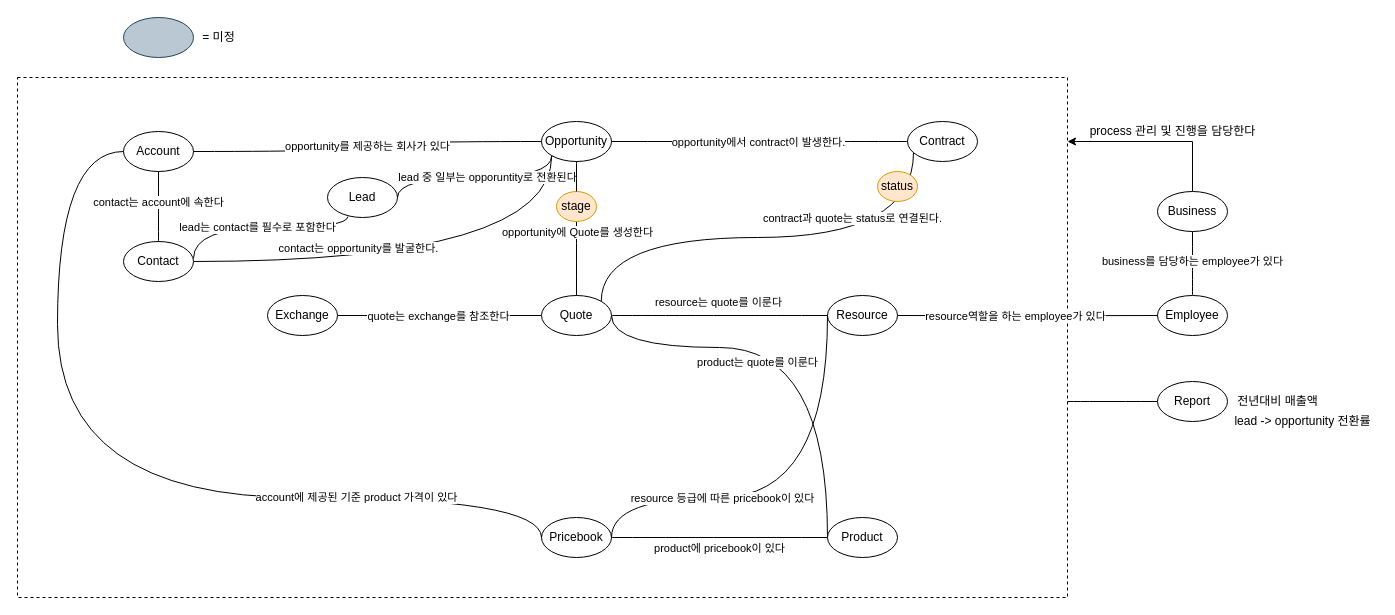
Above: page "Copy of 개념설계_수정" (3 of 4) of newyork프로젝트_개념설계.drawio in cknet-saleforce/newyork (draw.io), before the change. Source tidied: cells renumbered, new cells numbered last; positions are measured from the earlier drawing's top-left corner, leaving out a move shared by most shapes. Both pictures are drawn from the tidied source at 100%, with x=0, y=0 at pixel (17, 17).
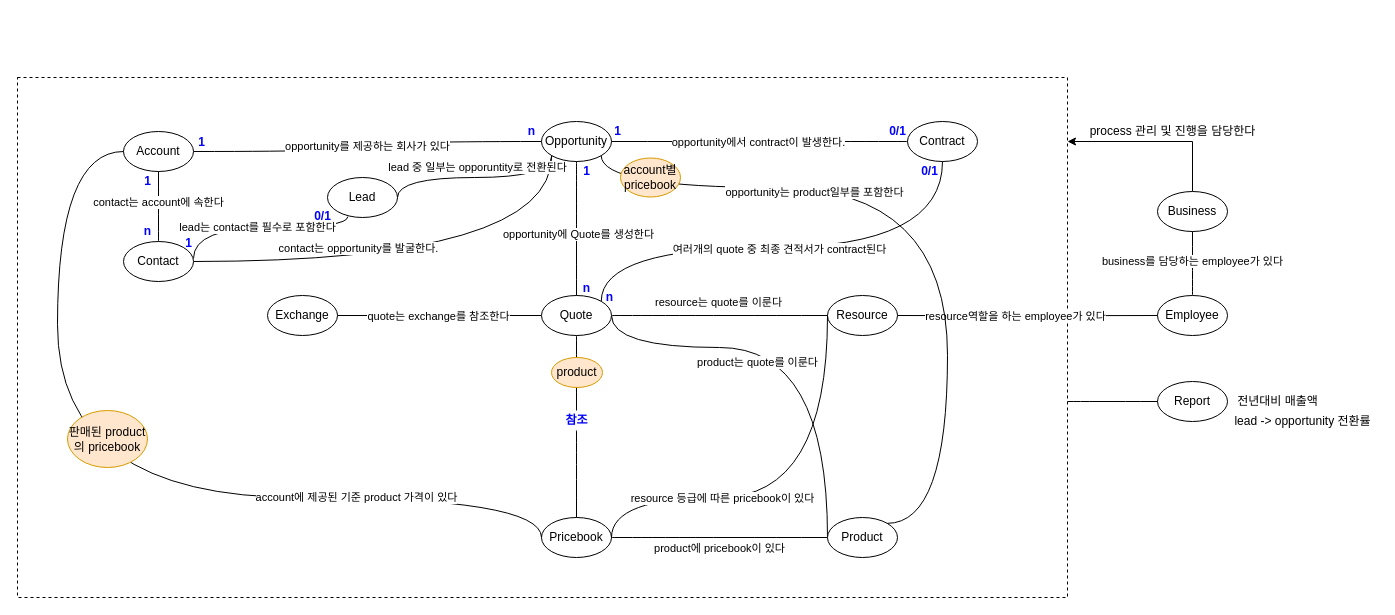
The same page after the edit.

Commit message:
Update newyork프로젝트_개념설계.drawio

Unchanged cells that the change refers to:
```xml
<mxCell id="5" value="Opportunity" style="ellipse;whiteSpace=wrap;html=1;" parent="1" vertex="1">
  <mxGeometry x="524" y="104" width="70" height="40" as="geometry" />
</mxCell>
<mxCell id="6" value="Contract" style="ellipse;whiteSpace=wrap;html=1;" parent="1" vertex="1">
  <mxGeometry x="890" y="104" width="70" height="40" as="geometry" />
</mxCell>
<mxCell id="8" value="Pricebook" style="ellipse;whiteSpace=wrap;html=1;" parent="1" vertex="1">
  <mxGeometry x="524" y="500" width="70" height="40" as="geometry" />
</mxCell>
<mxCell id="33" value="Quote" style="ellipse;whiteSpace=wrap;html=1;" parent="1" vertex="1">
  <mxGeometry x="524" y="278" width="70" height="40" as="geometry" />
</mxCell>
<mxCell id="34" value="Product" style="ellipse;whiteSpace=wrap;html=1;" parent="1" vertex="1">
  <mxGeometry x="810" y="500" width="70" height="40" as="geometry" />
</mxCell>
```

The edit, as a diff of the source:
```diff
@@
-    <mxCell id="18" style="edgeStyle=orthogonalEdgeStyle;jettySize=auto;html=1;entryX=0.5;entryY=0;entryDx=0;entryDy=0;strokeColor=default;curved=1;endArrow=none;endFill=0;exitX=0.5;exitY=1;exitDx=0;exitDy=0;startArrow=none;" parent="1" edge="1" source="46" target="33">
-      <mxGeometry relative="1" as="geometry">
-        <Array as="points">
-          <mxPoint x="559" y="300" />
-          <mxPoint x="559" y="300" />
-        </Array>
-      </mxGeometry>
-    </mxCell>
@@
-    <mxCell id="37" style="ellipse;whiteSpace=wrap;html=1;fillColor=#bac8d3;strokeColor=#23445d;" parent="1" vertex="1">
-      <mxGeometry x="106" width="70" height="40" as="geometry" />
-    </mxCell>
-    <mxCell id="38" value="= 미정" style="text;html=1;align=center;verticalAlign=middle;strokeColor=none;fillColor=none;" parent="1" vertex="1">
-      <mxGeometry x="176" y="10" width="50" height="20" as="geometry" />
-    </mxCell>
@@
-    <mxCell id="40" style="edgeStyle=orthogonalEdgeStyle;jettySize=auto;html=1;strokeColor=default;curved=1;endArrow=none;endFill=0;exitX=1;exitY=0;exitDx=0;exitDy=0;" parent="1" edge="1" source="33" target="6">
+    <mxCell id="40" style="edgeStyle=orthogonalEdgeStyle;jettySize=auto;html=1;strokeColor=default;curved=1;endArrow=none;endFill=0;exitX=1;exitY=0;exitDx=0;exitDy=0;entryX=0.5;entryY=1;entryDx=0;entryDy=0;" parent="1" edge="1" source="33" target="6">
       <mxGeometry relative="1" as="geometry">
         <Array as="points">
-          <mxPoint x="584" y="220" />
-          <mxPoint x="896" y="220" />
+          <mxPoint x="584" y="230" />
+          <mxPoint x="925" y="230" />
         </Array>
       </mxGeometry>
     </mxCell>
-    <mxCell id="41" value="contract과 quote는 status로 연결된다." style="edgeLabel;html=1;align=center;verticalAlign=middle;" parent="40" vertex="1">
+    <mxCell id="41" value="여러개의 quote 중 최종 견적서가 contract된다" style="edgeLabel;html=1;align=center;verticalAlign=middle;" parent="40" vertex="1">
       <mxGeometry x="-0.17" y="4" relative="1" as="geometry">
-        <mxPoint x="124" y="-16" as="offset" />
+        <mxPoint x="32" y="5" as="offset" />
       </mxGeometry>
     </mxCell>
-    <mxCell id="42" value="status" style="ellipse;whiteSpace=wrap;html=1;fillColor=#ffe6cc;strokeColor=#d79b00;" parent="1" vertex="1">
-      <mxGeometry x="860" y="154" width="40" height="30" as="geometry" />
-    </mxCell>
@@
     <mxCell id="44" value="lead 중 일부는 opporuntity로 전환된다" style="edgeStyle=orthogonalEdgeStyle;jettySize=auto;html=1;entryX=0;entryY=1;entryDx=0;entryDy=0;strokeColor=default;curved=1;endArrow=none;endFill=0;" parent="1" edge="1" target="5">
-      <mxGeometry x="0.12" relative="1" as="geometry">
+      <mxGeometry x="0.02" y="10" relative="1" as="geometry">
         <mxPoint x="380" y="180" as="sourcePoint" />
         <Array as="points">
           <mxPoint x="380" y="160" />
           <mxPoint x="534" y="160" />
         </Array>
       </mxGeometry>
     </mxCell>
@@
-    <mxCell id="46" value="stage" style="ellipse;whiteSpace=wrap;html=1;fillColor=#ffe6cc;strokeColor=#d79b00;" parent="1" vertex="1">
-      <mxGeometry x="539" y="174" width="40" height="30" as="geometry" />
-    </mxCell>
-    <mxCell id="47" style="edgeStyle=orthogonalEdgeStyle;jettySize=auto;html=1;entryX=0.5;entryY=0;entryDx=0;entryDy=0;strokeColor=default;curved=1;endArrow=none;endFill=0;exitX=0.5;exitY=1;exitDx=0;exitDy=0;" parent="1" edge="1" source="5" target="46">
+    <mxCell id="47" style="edgeStyle=orthogonalEdgeStyle;jettySize=auto;html=1;strokeColor=default;curved=1;endArrow=none;endFill=0;exitX=0.5;exitY=1;exitDx=0;exitDy=0;" parent="1" edge="1" source="5" target="33">
       <mxGeometry relative="1" as="geometry" />
     </mxCell>
     <mxCell id="48" value="opportunity에 Quote를 생성한다" style="edgeLabel;html=1;align=center;verticalAlign=middle;" parent="47" vertex="1">
       <mxGeometry x="-0.18" relative="1" as="geometry">
-        <mxPoint y="58" as="offset" />
+        <mxPoint x="1" y="17" as="offset" />
       </mxGeometry>
     </mxCell>
@@
+    <mxCell id="53" style="edgeStyle=orthogonalEdgeStyle;jettySize=auto;html=1;strokeColor=default;curved=1;endArrow=none;endFill=0;exitX=1;exitY=1;exitDx=0;exitDy=0;entryX=1;entryY=0;entryDx=0;entryDy=0;" parent="1" edge="1" source="5" target="34">
+      <mxGeometry relative="1" as="geometry">
+        <Array as="points">
+          <mxPoint x="584" y="170" />
+          <mxPoint x="930" y="170" />
+          <mxPoint x="930" y="506" />
+        </Array>
+      </mxGeometry>
+    </mxCell>
+    <mxCell id="54" value="opportunity는 product일부를 포함한다" style="edgeLabel;html=1;align=center;verticalAlign=middle;" parent="53" vertex="1">
+      <mxGeometry x="-0.17" y="4" relative="1" as="geometry">
+        <mxPoint x="-76" y="8" as="offset" />
+      </mxGeometry>
+    </mxCell>
+    <mxCell id="55" value="account별pricebook" style="ellipse;whiteSpace=wrap;html=1;fillColor=#ffe6cc;strokeColor=#d79b00;" parent="1" vertex="1">
+      <mxGeometry x="603" y="140.5" width="60" height="39" as="geometry" />
+    </mxCell>
+    <mxCell id="56" value="1" style="text;html=1;align=center;verticalAlign=middle;strokeColor=none;fillColor=none;fontStyle=1;fontColor=#0000FF;" parent="1" vertex="1">
+      <mxGeometry x="590" y="104" width="20" height="20" as="geometry" />
+    </mxCell>
+    <mxCell id="57" value="0/1" style="text;html=1;align=center;verticalAlign=middle;strokeColor=none;fillColor=none;fontStyle=1;fontColor=#0000FF;" parent="1" vertex="1">
+      <mxGeometry x="865" y="104" width="30" height="20" as="geometry" />
+    </mxCell>
+    <mxCell id="58" value="n" style="text;html=1;align=center;verticalAlign=middle;strokeColor=none;fillColor=none;fontStyle=1;fontColor=#0000FF;" parent="1" vertex="1">
+      <mxGeometry x="559" y="261" width="20" height="20" as="geometry" />
+    </mxCell>
+    <mxCell id="59" value="1" style="text;html=1;align=center;verticalAlign=middle;strokeColor=none;fillColor=none;fontStyle=1;fontColor=#0000FF;" parent="1" vertex="1">
+      <mxGeometry x="559" y="144" width="20" height="20" as="geometry" />
+    </mxCell>
+    <mxCell id="60" style="edgeStyle=orthogonalEdgeStyle;jettySize=auto;html=1;strokeColor=default;curved=1;endArrow=none;endFill=0;startArrow=none;" parent="1" edge="1" source="61" target="8">
+      <mxGeometry relative="1" as="geometry" />
+    </mxCell>
+    <mxCell id="61" value="참조" style="text;html=1;align=center;verticalAlign=middle;points=[];strokeColor=none;fillColor=none;fontStyle=1;fontColor=#0000FF;" parent="1" vertex="1">
+      <mxGeometry x="539" y="393" width="40" height="20" as="geometry" />
+    </mxCell>
+    <mxCell id="62" style="edgeStyle=orthogonalEdgeStyle;jettySize=auto;html=1;strokeColor=default;curved=1;endArrow=none;endFill=0;startArrow=none;" parent="1" edge="1" source="33" target="61">
+      <mxGeometry relative="1" as="geometry" />
+    </mxCell>
+    <mxCell id="63" value="1" style="text;html=1;align=center;verticalAlign=middle;strokeColor=none;fillColor=none;fontStyle=1;fontColor=#0000FF;" parent="1" vertex="1">
+      <mxGeometry x="174" y="115" width="20" height="20" as="geometry" />
+    </mxCell>
+    <mxCell id="64" value="n" style="text;html=1;align=center;verticalAlign=middle;strokeColor=none;fillColor=none;fontStyle=1;fontColor=#0000FF;" parent="1" vertex="1">
+      <mxGeometry x="504" y="104" width="20" height="20" as="geometry" />
+    </mxCell>
+    <mxCell id="65" value="1" style="text;html=1;align=center;verticalAlign=middle;strokeColor=none;fillColor=none;fontStyle=1;fontColor=#0000FF;" parent="1" vertex="1">
+      <mxGeometry x="120" y="154" width="20" height="20" as="geometry" />
+    </mxCell>
+    <mxCell id="66" value="n" style="text;html=1;align=center;verticalAlign=middle;strokeColor=none;fillColor=none;fontStyle=1;fontColor=#0000FF;" parent="1" vertex="1">
+      <mxGeometry x="120" y="204" width="20" height="20" as="geometry" />
+    </mxCell>
+    <mxCell id="67" value="1" style="text;html=1;align=center;verticalAlign=middle;strokeColor=none;fillColor=none;fontStyle=1;fontColor=#0000FF;" parent="1" vertex="1">
+      <mxGeometry x="161" y="216" width="20" height="20" as="geometry" />
+    </mxCell>
+    <mxCell id="68" value="0/1" style="text;html=1;align=center;verticalAlign=middle;strokeColor=none;fillColor=none;fontStyle=1;fontColor=#0000FF;" parent="1" vertex="1">
+      <mxGeometry x="290" y="189" width="30" height="20" as="geometry" />
+    </mxCell>
+    <mxCell id="69" value="판매된 product의 pricebook" style="ellipse;whiteSpace=wrap;html=1;fillColor=#ffe6cc;strokeColor=#d79b00;" parent="1" vertex="1">
+      <mxGeometry x="50" y="393" width="80" height="57" as="geometry" />
+    </mxCell>
+    <mxCell id="70" value="0/1" style="text;html=1;align=center;verticalAlign=middle;strokeColor=none;fillColor=none;fontStyle=1;fontColor=#0000FF;" parent="1" vertex="1">
+      <mxGeometry x="897" y="144" width="30" height="20" as="geometry" />
+    </mxCell>
+    <mxCell id="71" value="n" style="text;html=1;align=center;verticalAlign=middle;strokeColor=none;fillColor=none;fontStyle=1;fontColor=#0000FF;" parent="1" vertex="1">
+      <mxGeometry x="582" y="270" width="20" height="20" as="geometry" />
+    </mxCell>
+    <mxCell id="72" value="product" style="ellipse;whiteSpace=wrap;html=1;fillColor=#ffe6cc;strokeColor=#d79b00;" parent="1" vertex="1">
+      <mxGeometry x="534" y="340" width="51" height="30" as="geometry" />
+    </mxCell>
```
